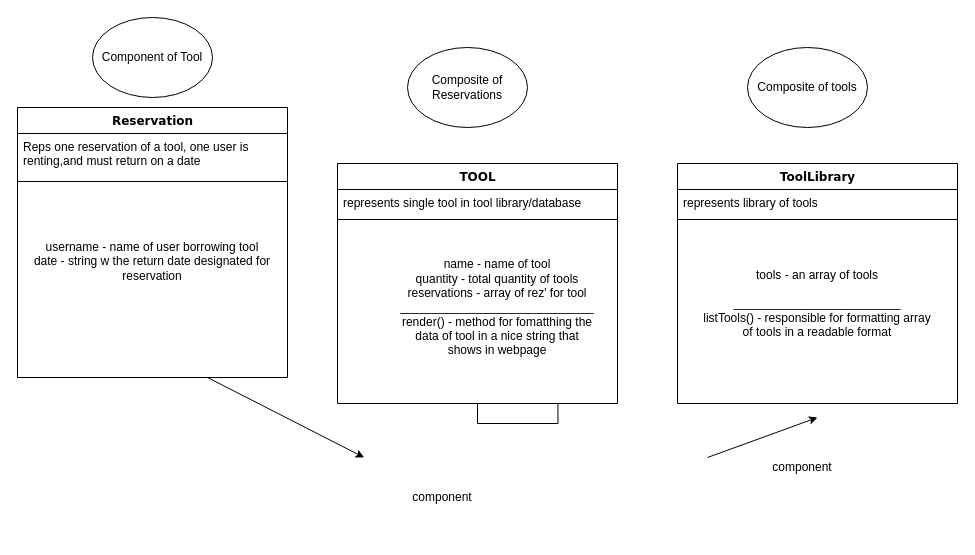
Above: Untitled Diagram.drawio in Raque-lita/core-practice-git-commands (draw.io), before the change. Source tidied: cells renumbered, new cells numbered last; positions are measured from the earlier drawing's top-left corner, leaving out a move shared by most shapes. Both pictures are drawn from the tidied source at 100%, with x=0, y=0 at pixel (17, 17).
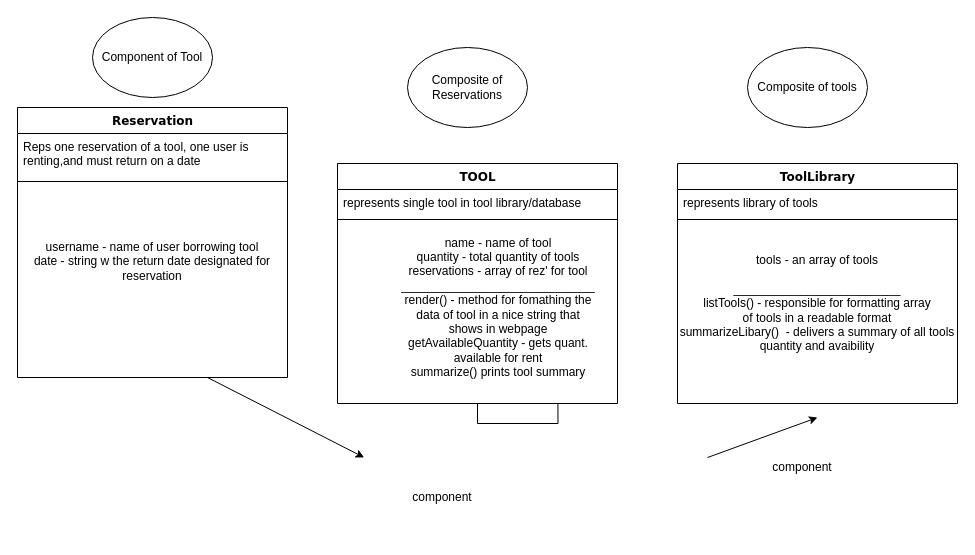
The same diagram, later.

Commit message:
added new methods to tool and toollibrary class

Unchanged cells that the change refers to:
```xml
<mxCell id="12" value="ToolLibrary" style="swimlane;html=1;fontStyle=1;align=center;verticalAlign=top;horizontal=1;startSize=26;swimlaneFillColor=#ffffff;rounded=0;shadow=0;comic=0;labelBackgroundColor=none;strokeWidth=1;fillColor=none;fontFamily=Verdana;fontSize=12;" parent="1" vertex="1">
  <mxGeometry x="660" y="146" width="280" height="240" as="geometry" />
</mxCell>
```

Diff of the diagram source:
```diff
@@
-    <mxCell id="11" value="&lt;div&gt;name - name of tool&lt;/div&gt;&lt;div&gt;quantity - total quantity of tools &lt;br&gt;&lt;/div&gt;&lt;div&gt;reservations - array of rez' for tool&lt;/div&gt;&lt;div&gt;_____________________________&lt;br&gt;&lt;/div&gt;&lt;div&gt;render() - method for fomatthing the data of tool in a nice string that shows in webpage&lt;br&gt;&lt;/div&gt;" style="text;html=1;strokeColor=none;fillColor=none;align=center;verticalAlign=middle;whiteSpace=wrap;rounded=0;" parent="1" vertex="1">
-      <mxGeometry x="380" y="210" width="200" height="160" as="geometry" />
+    <mxCell id="11" value="&lt;div&gt;name - name of tool&lt;/div&gt;&lt;div&gt;quantity - total quantity of tools &lt;br&gt;&lt;/div&gt;&lt;div&gt;reservations - array of rez' for tool&lt;/div&gt;&lt;div&gt;_____________________________&lt;br&gt;&lt;/div&gt;&lt;div&gt;render() - method for fomathing the data of tool in a nice string that shows in webpage&lt;br&gt;&lt;/div&gt;&lt;div&gt;getAvailableQuantity - gets quant. available for rent&lt;/div&gt;&lt;div&gt;summarize() prints tool summary&lt;/div&gt;" style="text;html=1;strokeColor=none;fillColor=none;align=center;verticalAlign=middle;whiteSpace=wrap;rounded=0;" parent="1" vertex="1">
+      <mxGeometry x="381" y="210" width="200" height="160" as="geometry" />
     </mxCell>
@@
-    <mxCell id="15" value="&lt;div&gt;tools - an array of tools&lt;br&gt;&lt;/div&gt;&lt;div&gt;&lt;br&gt;&lt;/div&gt;&lt;div&gt;_________________________&lt;/div&gt;&lt;div&gt;listTools() - responsible for formatting array &lt;br&gt;&lt;/div&gt;&lt;div&gt;of tools in a readable format&lt;br&gt;&lt;/div&gt;" style="text;html=1;strokeColor=none;fillColor=none;align=center;verticalAlign=middle;whiteSpace=wrap;rounded=0;" parent="12" vertex="1">
+    <mxCell id="15" value="&lt;div&gt;tools - an array of tools&lt;br&gt;&lt;/div&gt;&lt;div&gt;&lt;br&gt;&lt;/div&gt;&lt;div&gt;_________________________&lt;/div&gt;&lt;div&gt;listTools() - responsible for formatting array &lt;br&gt;&lt;/div&gt;&lt;div&gt;of tools in a readable format&lt;br&gt;&lt;/div&gt;&lt;div&gt;summarizeLibary()&amp;nbsp; - delivers a summary of all tools&lt;/div&gt;&lt;div&gt;quantity and avaibility&lt;/div&gt;" style="text;html=1;strokeColor=none;fillColor=none;align=center;verticalAlign=middle;whiteSpace=wrap;rounded=0;" parent="12" vertex="1">
       <mxGeometry y="60" width="280" height="160" as="geometry" />
     </mxCell>
```
